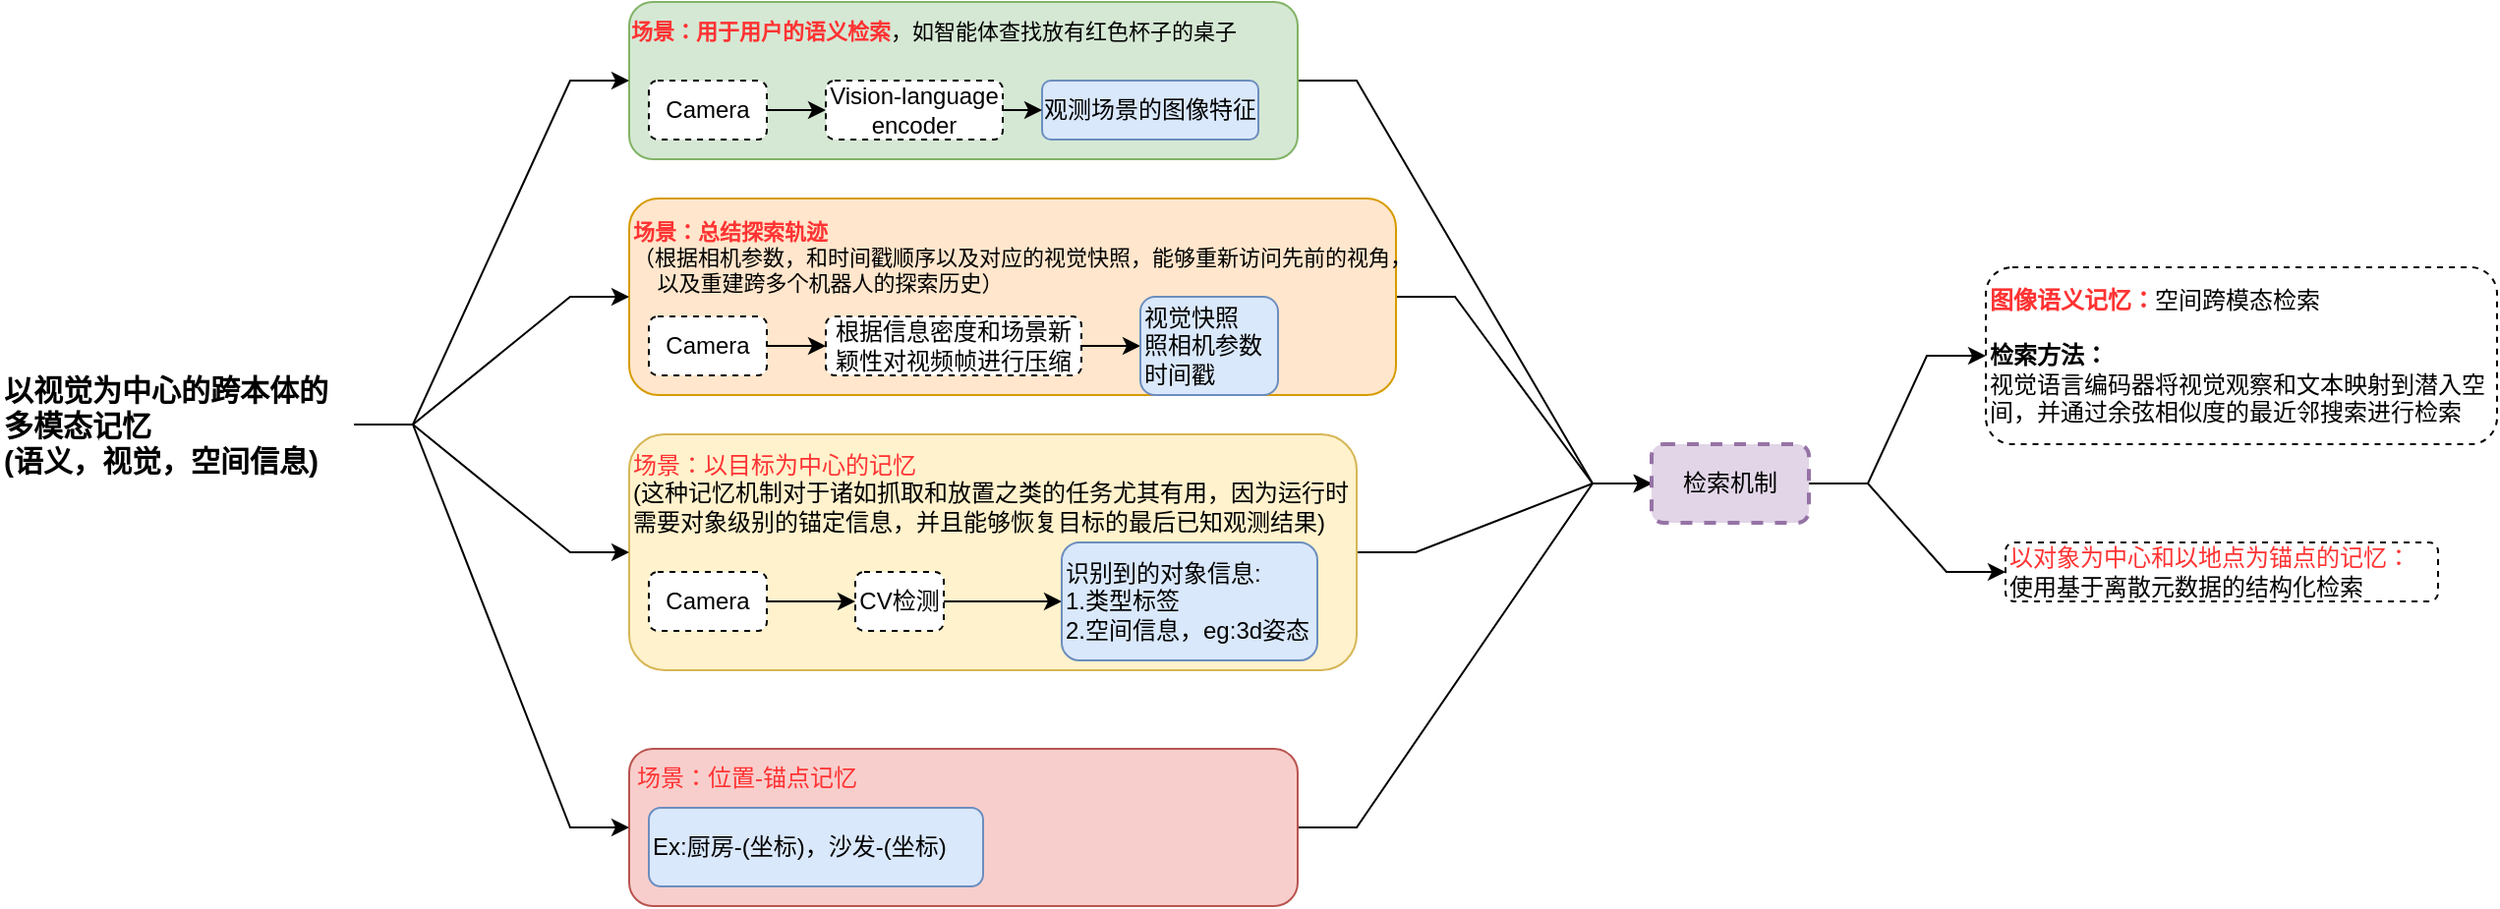
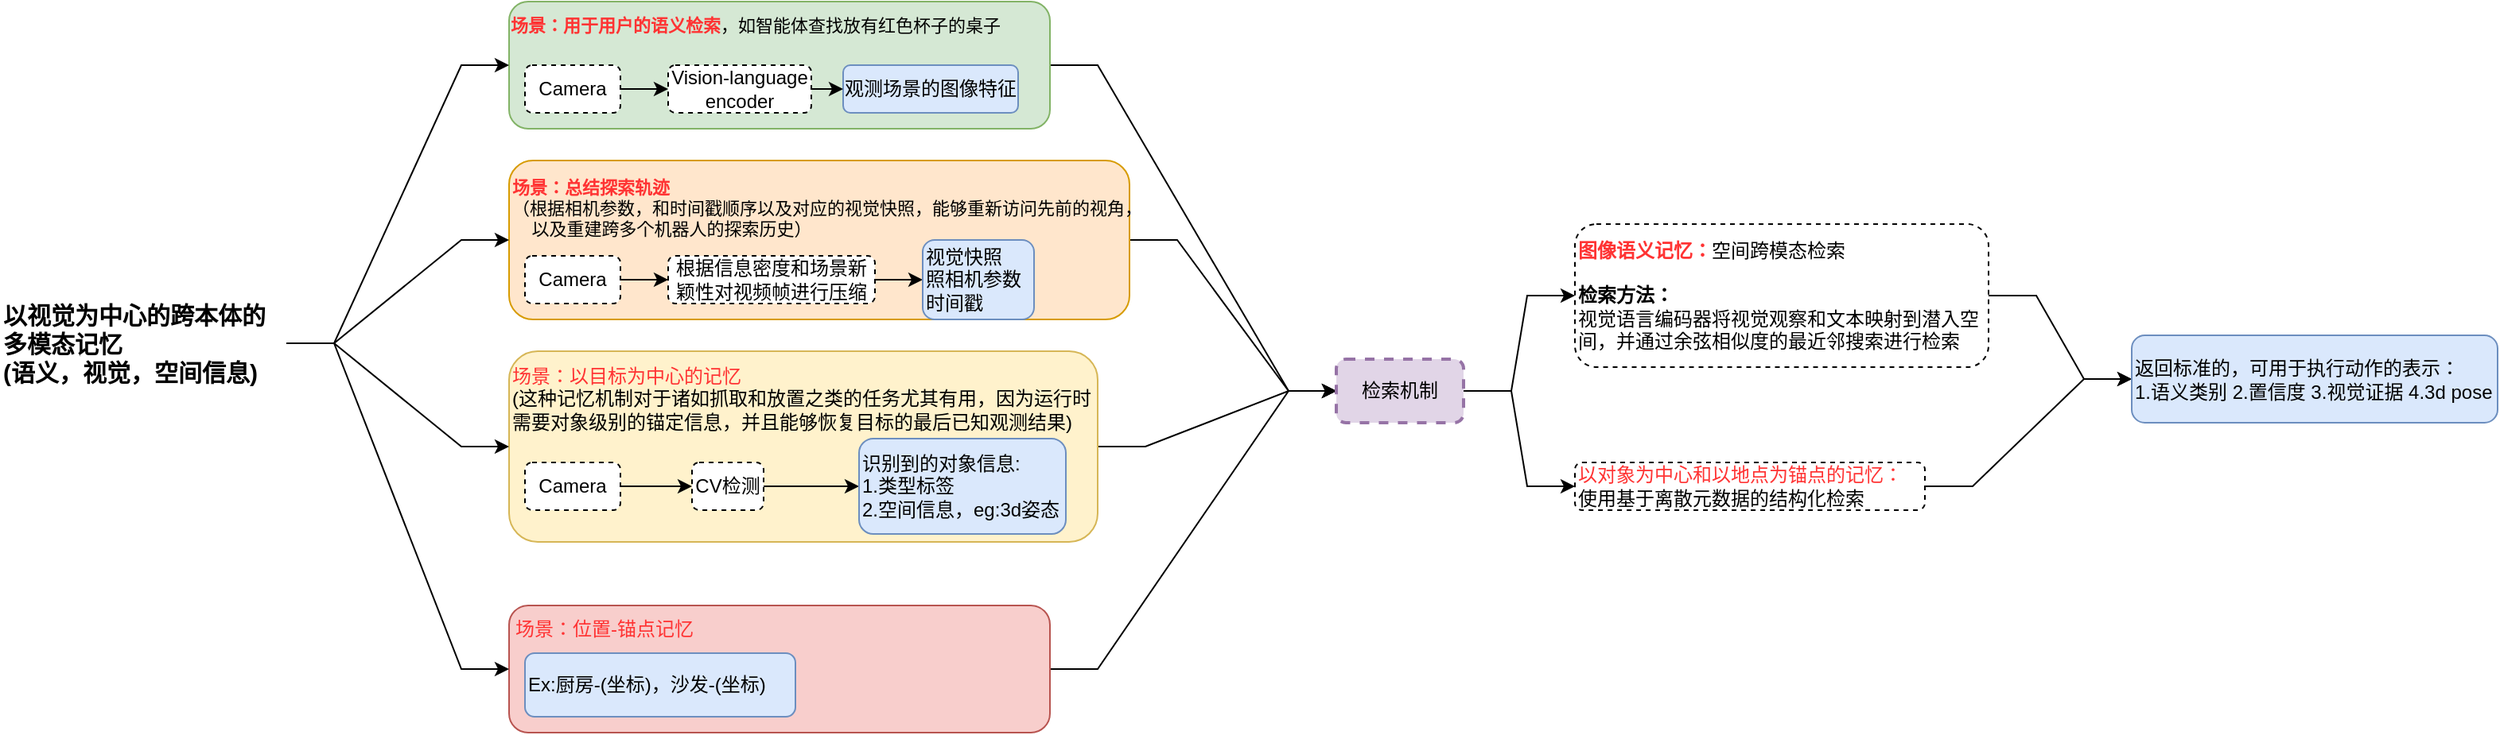
<mxfile host="app.diagrams.net">
  <diagram name="第 1 页" id="ri1UiOSOw__C7K71Jf-3">
-     <mxGraphModel dx="4310" dy="547" grid="1" gridSize="10" guides="1" tooltips="1" connect="1" arrows="1" fold="1" page="1" pageScale="1" pageWidth="3300" pageHeight="2339" math="0" shadow="0">
+     <mxGraphModel dx="4431" dy="613" grid="1" gridSize="10" guides="1" tooltips="1" connect="1" arrows="1" fold="1" page="1" pageScale="1" pageWidth="3300" pageHeight="2339" math="0" shadow="0">
      <root>
        <mxCell id="0" />
        <mxCell id="1" parent="0" />
        <mxCell id="8uAygAgR7DF40HWwl34I-37" edge="1" parent="1" source="8uAygAgR7DF40HWwl34I-28" style="edgeStyle=entityRelationEdgeStyle;rounded=0;orthogonalLoop=1;jettySize=auto;html=1;exitX=1;exitY=0.5;exitDx=0;exitDy=0;" target="8uAygAgR7DF40HWwl34I-33">
          <mxGeometry relative="1" as="geometry" />
        </mxCell>
        <mxCell id="8uAygAgR7DF40HWwl34I-28" parent="1" style="rounded=1;whiteSpace=wrap;html=1;fillColor=#f8cecc;strokeColor=#b85450;" value="" vertex="1">
          <mxGeometry height="80" width="340" x="200" y="440" as="geometry" />
        </mxCell>
        <mxCell id="8uAygAgR7DF40HWwl34I-36" edge="1" parent="1" source="8uAygAgR7DF40HWwl34I-24" style="edgeStyle=entityRelationEdgeStyle;rounded=0;orthogonalLoop=1;jettySize=auto;html=1;exitX=1;exitY=0.5;exitDx=0;exitDy=0;entryX=0;entryY=0.5;entryDx=0;entryDy=0;" target="8uAygAgR7DF40HWwl34I-33">
          <mxGeometry relative="1" as="geometry">
            <mxPoint x="740" y="290" as="targetPoint" />
          </mxGeometry>
        </mxCell>
        <mxCell id="8uAygAgR7DF40HWwl34I-24" parent="1" style="rounded=1;whiteSpace=wrap;html=1;fillColor=#fff2cc;strokeColor=#d6b656;" value="" vertex="1">
          <mxGeometry height="120" width="370" x="200" y="280" as="geometry" />
        </mxCell>
        <mxCell id="8uAygAgR7DF40HWwl34I-35" edge="1" parent="1" source="8uAygAgR7DF40HWwl34I-17" style="edgeStyle=entityRelationEdgeStyle;rounded=0;orthogonalLoop=1;jettySize=auto;html=1;exitX=1;exitY=0.5;exitDx=0;exitDy=0;entryX=0;entryY=0.5;entryDx=0;entryDy=0;" target="8uAygAgR7DF40HWwl34I-33">
          <mxGeometry relative="1" as="geometry" />
        </mxCell>
        <mxCell id="8uAygAgR7DF40HWwl34I-17" parent="1" style="rounded=1;whiteSpace=wrap;html=1;fillColor=#ffe6cc;strokeColor=#d79b00;" value="" vertex="1">
          <mxGeometry height="100" width="390" x="200" y="160" as="geometry" />
        </mxCell>
        <mxCell id="8uAygAgR7DF40HWwl34I-34" edge="1" parent="1" source="8uAygAgR7DF40HWwl34I-16" style="edgeStyle=entityRelationEdgeStyle;rounded=0;orthogonalLoop=1;jettySize=auto;html=1;exitX=1;exitY=0.5;exitDx=0;exitDy=0;entryX=0;entryY=0.5;entryDx=0;entryDy=0;" target="8uAygAgR7DF40HWwl34I-33">
          <mxGeometry relative="1" as="geometry" />
        </mxCell>
        <mxCell id="8uAygAgR7DF40HWwl34I-16" parent="1" style="rounded=1;whiteSpace=wrap;html=1;fillColor=#d5e8d4;strokeColor=#82b366;" value="" vertex="1">
          <mxGeometry height="80" width="340" x="200" y="60" as="geometry" />
        </mxCell>
        <mxCell id="8uAygAgR7DF40HWwl34I-29" edge="1" parent="1" source="8uAygAgR7DF40HWwl34I-1" style="edgeStyle=entityRelationEdgeStyle;rounded=0;orthogonalLoop=1;jettySize=auto;html=1;exitX=1;exitY=0.5;exitDx=0;exitDy=0;entryX=0;entryY=0.5;entryDx=0;entryDy=0;" target="8uAygAgR7DF40HWwl34I-16">
          <mxGeometry relative="1" as="geometry" />
        </mxCell>
        <mxCell id="8uAygAgR7DF40HWwl34I-30" edge="1" parent="1" source="8uAygAgR7DF40HWwl34I-1" style="edgeStyle=entityRelationEdgeStyle;rounded=0;orthogonalLoop=1;jettySize=auto;html=1;exitX=1;exitY=0.5;exitDx=0;exitDy=0;entryX=0;entryY=0.5;entryDx=0;entryDy=0;" target="8uAygAgR7DF40HWwl34I-28">
          <mxGeometry relative="1" as="geometry" />
        </mxCell>
        <mxCell id="8uAygAgR7DF40HWwl34I-31" edge="1" parent="1" source="8uAygAgR7DF40HWwl34I-1" style="edgeStyle=entityRelationEdgeStyle;rounded=0;orthogonalLoop=1;jettySize=auto;html=1;exitX=1;exitY=0.5;exitDx=0;exitDy=0;entryX=0;entryY=0.5;entryDx=0;entryDy=0;" target="8uAygAgR7DF40HWwl34I-17">
          <mxGeometry relative="1" as="geometry" />
        </mxCell>
        <mxCell id="8uAygAgR7DF40HWwl34I-32" edge="1" parent="1" source="8uAygAgR7DF40HWwl34I-1" style="edgeStyle=entityRelationEdgeStyle;rounded=0;orthogonalLoop=1;jettySize=auto;html=1;exitX=1;exitY=0.5;exitDx=0;exitDy=0;entryX=0;entryY=0.5;entryDx=0;entryDy=0;" target="8uAygAgR7DF40HWwl34I-24">
          <mxGeometry relative="1" as="geometry" />
        </mxCell>
        <mxCell id="8uAygAgR7DF40HWwl34I-1" parent="1" style="text;html=1;whiteSpace=wrap;strokeColor=none;fillColor=none;align=left;verticalAlign=middle;rounded=0;fontStyle=1;fontSize=15;" value="以视觉为中心的跨本体的多模态记忆&lt;br&gt;(语义，视觉，空间信息)" vertex="1">
          <mxGeometry height="30" width="180" x="-120" y="260" as="geometry" />
        </mxCell>
        <mxCell id="8uAygAgR7DF40HWwl34I-2" parent="1" style="rounded=1;whiteSpace=wrap;html=1;fillColor=#dae8fc;strokeColor=#6c8ebf;" value="观测场景的图像特征" vertex="1">
          <mxGeometry height="30" width="110" x="410" y="100" as="geometry" />
        </mxCell>
        <mxCell id="8uAygAgR7DF40HWwl34I-5" edge="1" parent="1" source="8uAygAgR7DF40HWwl34I-3" style="edgeStyle=orthogonalEdgeStyle;rounded=0;orthogonalLoop=1;jettySize=auto;html=1;exitX=1;exitY=0.5;exitDx=0;exitDy=0;entryX=0;entryY=0.5;entryDx=0;entryDy=0;" target="8uAygAgR7DF40HWwl34I-2">
          <mxGeometry relative="1" as="geometry" />
        </mxCell>
        <mxCell id="8uAygAgR7DF40HWwl34I-3" parent="1" style="rounded=1;whiteSpace=wrap;html=1;dashed=1;" value="Vision-language encoder" vertex="1">
          <mxGeometry height="30" width="90" x="300" y="100" as="geometry" />
        </mxCell>
        <mxCell id="8uAygAgR7DF40HWwl34I-6" edge="1" parent="1" source="8uAygAgR7DF40HWwl34I-4" style="edgeStyle=orthogonalEdgeStyle;rounded=0;orthogonalLoop=1;jettySize=auto;html=1;exitX=1;exitY=0.5;exitDx=0;exitDy=0;entryX=0;entryY=0.5;entryDx=0;entryDy=0;" target="8uAygAgR7DF40HWwl34I-3">
          <mxGeometry relative="1" as="geometry" />
        </mxCell>
        <mxCell id="8uAygAgR7DF40HWwl34I-4" parent="1" style="rounded=1;whiteSpace=wrap;html=1;dashed=1;" value="Camera" vertex="1">
          <mxGeometry height="30" width="60" x="210" y="100" as="geometry" />
        </mxCell>
        <mxCell id="8uAygAgR7DF40HWwl34I-7" parent="1" style="text;html=1;whiteSpace=wrap;strokeColor=none;fillColor=none;align=center;verticalAlign=middle;rounded=0;fontSize=11;" value="&lt;b&gt;&lt;font style=&quot;color: rgb(255, 51, 51);&quot;&gt;场景：用于用户的语义检索&lt;/font&gt;&lt;/b&gt;，如智能体查找放有红色杯子的桌子" vertex="1">
          <mxGeometry height="30" width="310" x="200" y="60" as="geometry" />
        </mxCell>
        <mxCell id="8uAygAgR7DF40HWwl34I-10" edge="1" parent="1" source="8uAygAgR7DF40HWwl34I-8" style="edgeStyle=orthogonalEdgeStyle;rounded=0;orthogonalLoop=1;jettySize=auto;html=1;" target="8uAygAgR7DF40HWwl34I-9" value="">
          <mxGeometry relative="1" as="geometry" />
        </mxCell>
        <mxCell id="8uAygAgR7DF40HWwl34I-8" parent="1" style="rounded=1;whiteSpace=wrap;html=1;dashed=1;" value="Camera" vertex="1">
          <mxGeometry height="30" width="60" x="210" y="220" as="geometry" />
        </mxCell>
        <mxCell id="8uAygAgR7DF40HWwl34I-14" edge="1" parent="1" source="8uAygAgR7DF40HWwl34I-9" style="edgeStyle=orthogonalEdgeStyle;rounded=0;orthogonalLoop=1;jettySize=auto;html=1;exitX=1;exitY=0.5;exitDx=0;exitDy=0;entryX=0;entryY=0.5;entryDx=0;entryDy=0;" target="8uAygAgR7DF40HWwl34I-13">
          <mxGeometry relative="1" as="geometry" />
        </mxCell>
        <mxCell id="8uAygAgR7DF40HWwl34I-9" parent="1" style="rounded=1;whiteSpace=wrap;html=1;dashed=1;" value="根据信息密度和场景新颖性对视频帧进行压缩" vertex="1">
          <mxGeometry height="30" width="130" x="300" y="220" as="geometry" />
        </mxCell>
        <mxCell id="8uAygAgR7DF40HWwl34I-11" parent="1" style="text;html=1;whiteSpace=wrap;strokeColor=none;fillColor=none;align=left;verticalAlign=middle;rounded=0;fontSize=11;" value="&lt;b&gt;&lt;font style=&quot;color: rgb(255, 51, 51);&quot;&gt;场景：总结探索轨迹&lt;/font&gt;&lt;/b&gt;&lt;br&gt;（根据相机参数，和时间戳顺序以及对应的视觉快照，能够重新访问先前的视角，&lt;br&gt;&amp;nbsp; &amp;nbsp; 以及重建跨多个机器人的探索历史）" vertex="1">
          <mxGeometry height="40" width="420" x="200" y="170" as="geometry" />
        </mxCell>
        <mxCell id="8uAygAgR7DF40HWwl34I-13" parent="1" style="rounded=1;whiteSpace=wrap;html=1;fillColor=#dae8fc;strokeColor=#6c8ebf;align=left;" value="视觉快照&lt;br&gt;&lt;span style=&quot;&quot;&gt;照相机参数&lt;/span&gt;&lt;div style=&quot;&quot;&gt;时间戳&lt;/div&gt;" vertex="1">
          <mxGeometry height="50" width="70" x="460" y="210" as="geometry" />
        </mxCell>
        <mxCell id="8uAygAgR7DF40HWwl34I-25" edge="1" parent="1" source="8uAygAgR7DF40HWwl34I-19" style="edgeStyle=orthogonalEdgeStyle;rounded=0;orthogonalLoop=1;jettySize=auto;html=1;exitX=1;exitY=0.5;exitDx=0;exitDy=0;entryX=0;entryY=0.5;entryDx=0;entryDy=0;" target="8uAygAgR7DF40HWwl34I-20">
          <mxGeometry relative="1" as="geometry" />
        </mxCell>
        <mxCell id="8uAygAgR7DF40HWwl34I-19" parent="1" style="rounded=1;whiteSpace=wrap;html=1;dashed=1;" value="Camera" vertex="1">
          <mxGeometry height="30" width="60" x="210" y="350" as="geometry" />
        </mxCell>
        <mxCell id="8uAygAgR7DF40HWwl34I-22" edge="1" parent="1" source="8uAygAgR7DF40HWwl34I-20" style="edgeStyle=orthogonalEdgeStyle;rounded=0;orthogonalLoop=1;jettySize=auto;html=1;" target="8uAygAgR7DF40HWwl34I-21" value="">
          <mxGeometry relative="1" as="geometry" />
        </mxCell>
        <mxCell id="8uAygAgR7DF40HWwl34I-20" parent="1" style="rounded=1;whiteSpace=wrap;html=1;dashed=1;" value="CV检测" vertex="1">
          <mxGeometry height="30" width="45" x="315" y="350" as="geometry" />
        </mxCell>
        <mxCell id="8uAygAgR7DF40HWwl34I-21" parent="1" style="rounded=1;whiteSpace=wrap;html=1;align=left;fillColor=#dae8fc;strokeColor=#6c8ebf;" value="识别到的对象信息:&lt;div&gt;1.类型标签&lt;br&gt;2.空间信息，eg:3d姿态&lt;/div&gt;" vertex="1">
          <mxGeometry height="60" width="130" x="420" y="335" as="geometry" />
        </mxCell>
        <mxCell id="8uAygAgR7DF40HWwl34I-23" parent="1" style="text;html=1;whiteSpace=wrap;strokeColor=none;fillColor=none;align=left;verticalAlign=middle;rounded=0;" value="&lt;font style=&quot;color: rgb(255, 51, 51);&quot;&gt;场景：以目标为中心的记忆&lt;/font&gt;&lt;br&gt;(这种记忆机制对于诸如抓取和放置之类的任务尤其有用，因为运行时需要对象级别的锚定信息，并且能够恢复目标的最后已知观测结果)" vertex="1">
          <mxGeometry height="50" width="370" x="200" y="285" as="geometry" />
        </mxCell>
        <mxCell id="8uAygAgR7DF40HWwl34I-26" parent="1" style="rounded=1;whiteSpace=wrap;html=1;align=left;fillColor=#dae8fc;strokeColor=#6c8ebf;" value="Ex:厨房-(坐标)，沙发-(坐标)" vertex="1">
          <mxGeometry height="40" width="170" x="210" y="470" as="geometry" />
        </mxCell>
        <mxCell id="8uAygAgR7DF40HWwl34I-27" parent="1" style="text;html=1;whiteSpace=wrap;strokeColor=none;fillColor=none;align=center;verticalAlign=middle;rounded=0;fontColor=#FF3333;" value="场景：&lt;span style=&quot;text-align: left;&quot;&gt;位置-锚点记忆&lt;/span&gt;" vertex="1">
          <mxGeometry height="30" width="120" x="200" y="440" as="geometry" />
        </mxCell>
        <mxCell id="8uAygAgR7DF40HWwl34I-42" edge="1" parent="1" source="8uAygAgR7DF40HWwl34I-33" style="edgeStyle=entityRelationEdgeStyle;rounded=0;orthogonalLoop=1;jettySize=auto;html=1;exitX=1;exitY=0.5;exitDx=0;exitDy=0;" target="8uAygAgR7DF40HWwl34I-40">
          <mxGeometry relative="1" as="geometry" />
        </mxCell>
        <mxCell id="8uAygAgR7DF40HWwl34I-43" edge="1" parent="1" source="8uAygAgR7DF40HWwl34I-33" style="edgeStyle=entityRelationEdgeStyle;rounded=0;orthogonalLoop=1;jettySize=auto;html=1;exitX=1;exitY=0.5;exitDx=0;exitDy=0;entryX=0;entryY=0.5;entryDx=0;entryDy=0;" target="8uAygAgR7DF40HWwl34I-41">
          <mxGeometry relative="1" as="geometry" />
        </mxCell>
        <mxCell id="8uAygAgR7DF40HWwl34I-33" parent="1" style="rounded=1;whiteSpace=wrap;html=1;fillColor=#e1d5e7;strokeColor=#9673a6;dashed=1;strokeWidth=2;" value="检索机制" vertex="1">
          <mxGeometry height="40" width="80" x="720" y="285" as="geometry" />
        </mxCell>
+         <mxCell id="8uAygAgR7DF40HWwl34I-45" edge="1" parent="1" source="8uAygAgR7DF40HWwl34I-40" style="edgeStyle=entityRelationEdgeStyle;rounded=0;orthogonalLoop=1;jettySize=auto;html=1;exitX=1;exitY=0.5;exitDx=0;exitDy=0;entryX=0;entryY=0.5;entryDx=0;entryDy=0;" target="8uAygAgR7DF40HWwl34I-44">
+           <mxGeometry relative="1" as="geometry" />
+         </mxCell>
        <mxCell id="8uAygAgR7DF40HWwl34I-40" parent="1" style="text;html=1;whiteSpace=wrap;strokeColor=default;fillColor=none;align=left;verticalAlign=middle;rounded=1;dashed=1;" value="&lt;b&gt;&lt;font style=&quot;color: rgb(255, 51, 51);&quot;&gt;图像语义记忆：&lt;/font&gt;&lt;/b&gt;空间跨模态检索&lt;br&gt;&lt;br&gt;&lt;b&gt;&lt;font style=&quot;color: rgb(0, 0, 0);&quot;&gt;检索方法：&lt;/font&gt;&lt;/b&gt;&lt;br&gt;视觉语言编码器将视觉观察和文本映射到潜入空间，并通过余弦相似度的最近邻搜索进行检索" vertex="1">
-           <mxGeometry height="90" width="260" x="890" y="195" as="geometry" />
+           <mxGeometry height="90" width="260" x="870" y="200" as="geometry" />
+         </mxCell>
+         <mxCell id="8uAygAgR7DF40HWwl34I-46" edge="1" parent="1" source="8uAygAgR7DF40HWwl34I-41" style="edgeStyle=entityRelationEdgeStyle;rounded=0;orthogonalLoop=1;jettySize=auto;html=1;exitX=1;exitY=0.5;exitDx=0;exitDy=0;entryX=0;entryY=0.5;entryDx=0;entryDy=0;" target="8uAygAgR7DF40HWwl34I-44">
+           <mxGeometry relative="1" as="geometry" />
        </mxCell>
        <mxCell id="8uAygAgR7DF40HWwl34I-41" parent="1" style="text;html=1;whiteSpace=wrap;strokeColor=default;fillColor=none;align=left;verticalAlign=middle;rounded=1;dashed=1;" value="&lt;font style=&quot;color: rgb(255, 51, 51);&quot;&gt;以对象为中心和以地点为锚点的记忆：&lt;/font&gt;&lt;br&gt;使用基于离散元数据的结构化检索" vertex="1">
-           <mxGeometry height="30" width="220" x="900" y="335" as="geometry" />
+           <mxGeometry height="30" width="220" x="870" y="350" as="geometry" />
+         </mxCell>
+         <mxCell id="8uAygAgR7DF40HWwl34I-44" parent="1" style="rounded=1;whiteSpace=wrap;html=1;align=left;fillColor=#dae8fc;strokeColor=#6c8ebf;" value="返回标准的，可用于执行动作的表示：&lt;br&gt;1.语义类别 2.置信度 3.视觉证据 4.3d pose" vertex="1">
+           <mxGeometry height="55" width="230" x="1220" y="270" as="geometry" />
        </mxCell>
      </root>
    </mxGraphModel>
  </diagram>
</mxfile>
